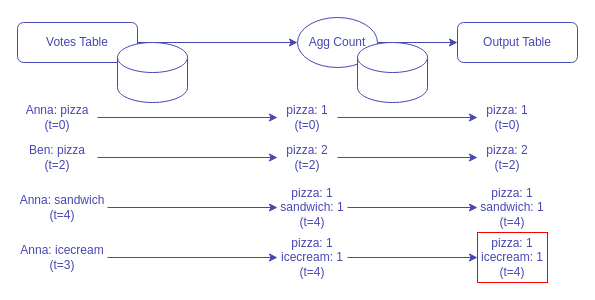
Above: drawio/kafka/kafka-streams-versioned-state-store-7.drawio in windowforsun/blog (draw.io), before the change. Source tidied: cells renumbered, new cells numbered last; positions are measured from the earlier drawing's top-left corner, leaving out a move shared by most shapes. Both pictures are drawn from the tidied source at 100%, with x=0, y=0 at pixel (17, 17).
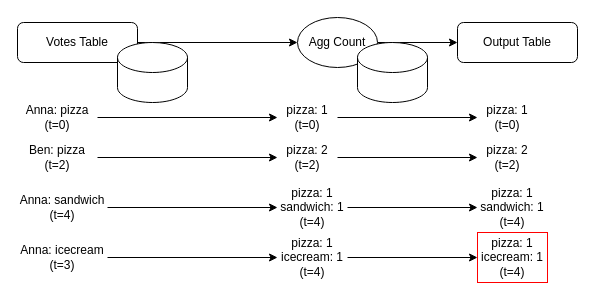
The same diagram, later.

What changed in the source:
```diff
@@
-    <mxCell id="2" style="edgeStyle=orthogonalEdgeStyle;rounded=0;jettySize=auto;html=1;entryX=0;entryY=0.5;entryDx=0;entryDy=0;strokeColor=#4747B3;" parent="1" edge="1" source="3" target="5">
+    <mxCell id="2" style="edgeStyle=orthogonalEdgeStyle;rounded=0;jettySize=auto;html=1;entryX=0;entryY=0.5;entryDx=0;entryDy=0;strokeColor=#000000;fontColor=#000000;" parent="1" edge="1" source="3" target="5">
       <mxGeometry relative="1" as="geometry" />
     </mxCell>
-    <mxCell id="3" value="&lt;div&gt;&lt;font color=&quot;#4747b3&quot;&gt;Votes Table&lt;/font&gt;&lt;/div&gt;" style="rounded=1;whiteSpace=wrap;html=1;strokeColor=#4747B3;fontColor=#006600;" parent="1" vertex="1">
+    <mxCell id="3" value="&lt;div&gt;&lt;font&gt;Votes Table&lt;/font&gt;&lt;/div&gt;" style="rounded=1;whiteSpace=wrap;html=1;strokeColor=#000000;fontColor=#000000;" parent="1" vertex="1">
       <mxGeometry y="5" width="120" height="40" as="geometry" />
     </mxCell>
-    <mxCell id="4" style="edgeStyle=orthogonalEdgeStyle;rounded=0;jettySize=auto;html=1;entryX=0;entryY=0.5;entryDx=0;entryDy=0;strokeColor=#4747B3;" parent="1" edge="1" source="5" target="6">
+    <mxCell id="4" style="edgeStyle=orthogonalEdgeStyle;rounded=0;jettySize=auto;html=1;entryX=0;entryY=0.5;entryDx=0;entryDy=0;strokeColor=#000000;fontColor=#000000;" parent="1" edge="1" source="5" target="6">
       <mxGeometry relative="1" as="geometry" />
     </mxCell>
-    <mxCell id="5" value="&lt;font color=&quot;#4747b3&quot;&gt;Agg Count&lt;/font&gt;" style="ellipse;whiteSpace=wrap;html=1;strokeColor=#4747B3;" parent="1" vertex="1">
+    <mxCell id="5" value="&lt;font&gt;Agg Count&lt;/font&gt;" style="ellipse;whiteSpace=wrap;html=1;strokeColor=#000000;fontColor=#000000;" parent="1" vertex="1">
       <mxGeometry x="280" width="80" height="50" as="geometry" />
     </mxCell>
-    <mxCell id="6" value="&lt;font color=&quot;#4747b3&quot;&gt;Output Table&lt;/font&gt;" style="rounded=1;whiteSpace=wrap;html=1;strokeColor=#4747B3;" parent="1" vertex="1">
+    <mxCell id="6" value="&lt;font&gt;Output Table&lt;/font&gt;" style="rounded=1;whiteSpace=wrap;html=1;strokeColor=#000000;fontColor=#000000;" parent="1" vertex="1">
       <mxGeometry x="440" y="5" width="120" height="40" as="geometry" />
     </mxCell>
-    <mxCell id="7" style="edgeStyle=orthogonalEdgeStyle;rounded=0;jettySize=auto;html=1;entryX=0;entryY=0.5;entryDx=0;entryDy=0;fontColor=#4747B3;strokeColor=#4747B3;" parent="1" edge="1" source="8" target="10">
+    <mxCell id="7" style="edgeStyle=orthogonalEdgeStyle;rounded=0;jettySize=auto;html=1;entryX=0;entryY=0.5;entryDx=0;entryDy=0;fontColor=#4747B3;strokeColor=#000000;" parent="1" edge="1" source="8" target="10">
       <mxGeometry relative="1" as="geometry" />
     </mxCell>
-    <mxCell id="8" value="Anna: pizza&lt;div&gt;(t=0)&lt;/div&gt;" style="text;html=1;align=center;verticalAlign=middle;whiteSpace=wrap;rounded=0;fontColor=#4747B3;" parent="1" vertex="1">
+    <mxCell id="8" value="Anna: pizza&lt;div&gt;(t=0)&lt;/div&gt;" style="text;html=1;align=center;verticalAlign=middle;whiteSpace=wrap;rounded=0;fontColor=#000000;" parent="1" vertex="1">
       <mxGeometry y="85" width="80" height="30" as="geometry" />
     </mxCell>
-    <mxCell id="9" style="edgeStyle=orthogonalEdgeStyle;rounded=0;jettySize=auto;html=1;entryX=0;entryY=0.5;entryDx=0;entryDy=0;strokeColor=#4747B3;" parent="1" edge="1" source="10" target="12">
+    <mxCell id="9" style="edgeStyle=orthogonalEdgeStyle;rounded=0;jettySize=auto;html=1;entryX=0;entryY=0.5;entryDx=0;entryDy=0;strokeColor=#000000;" parent="1" edge="1" source="10" target="12">
       <mxGeometry relative="1" as="geometry" />
     </mxCell>
-    <mxCell id="10" value="pizza: 1&lt;div&gt;(t=0)&lt;/div&gt;" style="text;html=1;align=center;verticalAlign=middle;whiteSpace=wrap;rounded=0;fontColor=#4747B3;" parent="1" vertex="1">
+    <mxCell id="10" value="pizza: 1&lt;div&gt;(t=0)&lt;/div&gt;" style="text;html=1;align=center;verticalAlign=middle;whiteSpace=wrap;rounded=0;fontColor=#000000;" parent="1" vertex="1">
       <mxGeometry x="260" y="85" width="60" height="30" as="geometry" />
     </mxCell>
-    <mxCell id="11" style="shape=cylinder3;whiteSpace=wrap;html=1;boundedLbl=1;backgroundOutline=1;size=15;strokeColor=#4747B3;" parent="1" vertex="1">
+    <mxCell id="11" style="shape=cylinder3;whiteSpace=wrap;html=1;boundedLbl=1;backgroundOutline=1;size=15;strokeColor=#000000;fontColor=#000000;" parent="1" vertex="1">
       <mxGeometry x="100" y="25" width="70" height="60" as="geometry" />
     </mxCell>
-    <mxCell id="12" value="pizza: 1&lt;div&gt;(t=0)&lt;/div&gt;" style="text;html=1;align=center;verticalAlign=middle;whiteSpace=wrap;rounded=0;fontColor=#4747B3;" parent="1" vertex="1">
+    <mxCell id="12" value="pizza: 1&lt;div&gt;(t=0)&lt;/div&gt;" style="text;html=1;align=center;verticalAlign=middle;whiteSpace=wrap;rounded=0;fontColor=#000000;" parent="1" vertex="1">
       <mxGeometry x="460" y="85" width="60" height="30" as="geometry" />
     </mxCell>
-    <mxCell id="13" style="edgeStyle=orthogonalEdgeStyle;rounded=0;jettySize=auto;html=1;entryX=0;entryY=0.5;entryDx=0;entryDy=0;fontColor=#4747B3;strokeColor=#4747B3;" parent="1" edge="1" source="14" target="16">
+    <mxCell id="13" style="edgeStyle=orthogonalEdgeStyle;rounded=0;jettySize=auto;html=1;entryX=0;entryY=0.5;entryDx=0;entryDy=0;fontColor=#4747B3;strokeColor=#000000;" parent="1" edge="1" source="14" target="16">
       <mxGeometry relative="1" as="geometry" />
     </mxCell>
-    <mxCell id="14" value="Ben: pizza&lt;div&gt;(t=2)&lt;/div&gt;" style="text;html=1;align=center;verticalAlign=middle;whiteSpace=wrap;rounded=0;fontColor=#4747B3;" parent="1" vertex="1">
+    <mxCell id="14" value="Ben: pizza&lt;div&gt;(t=2)&lt;/div&gt;" style="text;html=1;align=center;verticalAlign=middle;whiteSpace=wrap;rounded=0;fontColor=#000000;" parent="1" vertex="1">
       <mxGeometry y="125" width="80" height="30" as="geometry" />
     </mxCell>
-    <mxCell id="15" style="edgeStyle=orthogonalEdgeStyle;rounded=0;jettySize=auto;html=1;entryX=0;entryY=0.5;entryDx=0;entryDy=0;strokeColor=#4747B3;" parent="1" edge="1" source="16" target="17">
+    <mxCell id="15" style="edgeStyle=orthogonalEdgeStyle;rounded=0;jettySize=auto;html=1;entryX=0;entryY=0.5;entryDx=0;entryDy=0;strokeColor=#000000;" parent="1" edge="1" source="16" target="17">
       <mxGeometry relative="1" as="geometry" />
     </mxCell>
-    <mxCell id="16" value="pizza: 2&lt;div&gt;(t=2)&lt;/div&gt;" style="text;html=1;align=center;verticalAlign=middle;whiteSpace=wrap;rounded=0;fontColor=#4747B3;" parent="1" vertex="1">
+    <mxCell id="16" value="pizza: 2&lt;div&gt;(t=2)&lt;/div&gt;" style="text;html=1;align=center;verticalAlign=middle;whiteSpace=wrap;rounded=0;fontColor=#000000;" parent="1" vertex="1">
       <mxGeometry x="260" y="125" width="60" height="30" as="geometry" />
     </mxCell>
-    <mxCell id="17" value="pizza: 2&lt;div&gt;(t=2)&lt;/div&gt;" style="text;html=1;align=center;verticalAlign=middle;whiteSpace=wrap;rounded=0;fontColor=#4747B3;" parent="1" vertex="1">
+    <mxCell id="17" value="pizza: 2&lt;div&gt;(t=2)&lt;/div&gt;" style="text;html=1;align=center;verticalAlign=middle;whiteSpace=wrap;rounded=0;fontColor=#000000;" parent="1" vertex="1">
       <mxGeometry x="460" y="125" width="60" height="30" as="geometry" />
     </mxCell>
-    <mxCell id="18" style="edgeStyle=orthogonalEdgeStyle;rounded=0;jettySize=auto;html=1;entryX=0;entryY=0.5;entryDx=0;entryDy=0;fontColor=#4747B3;strokeColor=#4747B3;" parent="1" edge="1" source="19" target="21">
+    <mxCell id="18" style="edgeStyle=orthogonalEdgeStyle;rounded=0;jettySize=auto;html=1;entryX=0;entryY=0.5;entryDx=0;entryDy=0;fontColor=#4747B3;strokeColor=#000000;" parent="1" edge="1" source="19" target="21">
       <mxGeometry relative="1" as="geometry" />
     </mxCell>
-    <mxCell id="19" value="Anna: sandwich&lt;div&gt;(t=4)&lt;/div&gt;" style="text;html=1;align=center;verticalAlign=middle;whiteSpace=wrap;rounded=0;fontColor=#4747B3;" parent="1" vertex="1">
+    <mxCell id="19" value="Anna: sandwich&lt;div&gt;(t=4)&lt;/div&gt;" style="text;html=1;align=center;verticalAlign=middle;whiteSpace=wrap;rounded=0;fontColor=#000000;" parent="1" vertex="1">
       <mxGeometry y="175" width="90" height="30" as="geometry" />
     </mxCell>
-    <mxCell id="20" style="edgeStyle=orthogonalEdgeStyle;rounded=0;jettySize=auto;html=1;entryX=0;entryY=0.5;entryDx=0;entryDy=0;strokeColor=#4747B3;" parent="1" edge="1" source="21" target="22">
+    <mxCell id="20" style="edgeStyle=orthogonalEdgeStyle;rounded=0;jettySize=auto;html=1;entryX=0;entryY=0.5;entryDx=0;entryDy=0;strokeColor=#000000;" parent="1" edge="1" source="21" target="22">
       <mxGeometry relative="1" as="geometry" />
     </mxCell>
-    <mxCell id="21" value="pizza: 1&lt;div&gt;sandwich: 1&lt;br&gt;&lt;div&gt;(t=4)&lt;/div&gt;&lt;/div&gt;" style="text;html=1;align=center;verticalAlign=middle;whiteSpace=wrap;rounded=0;fontColor=#4747B3;" parent="1" vertex="1">
+    <mxCell id="21" value="pizza: 1&lt;div&gt;sandwich: 1&lt;br&gt;&lt;div&gt;(t=4)&lt;/div&gt;&lt;/div&gt;" style="text;html=1;align=center;verticalAlign=middle;whiteSpace=wrap;rounded=0;fontColor=#000000;" parent="1" vertex="1">
       <mxGeometry x="260" y="175" width="70" height="30" as="geometry" />
     </mxCell>
-    <mxCell id="22" value="pizza: 1&lt;div&gt;sandwich: 1&lt;br&gt;&lt;div&gt;(t=4)&lt;/div&gt;&lt;/div&gt;" style="text;html=1;align=center;verticalAlign=middle;whiteSpace=wrap;rounded=0;fontColor=#4747B3;" parent="1" vertex="1">
+    <mxCell id="22" value="pizza: 1&lt;div&gt;sandwich: 1&lt;br&gt;&lt;div&gt;(t=4)&lt;/div&gt;&lt;/div&gt;" style="text;html=1;align=center;verticalAlign=middle;whiteSpace=wrap;rounded=0;fontColor=#000000;" parent="1" vertex="1">
       <mxGeometry x="460" y="175" width="70" height="30" as="geometry" />
     </mxCell>
-    <mxCell id="23" style="shape=cylinder3;whiteSpace=wrap;html=1;boundedLbl=1;backgroundOutline=1;size=15;strokeColor=#4747B3;" parent="1" vertex="1">
+    <mxCell id="23" style="shape=cylinder3;whiteSpace=wrap;html=1;boundedLbl=1;backgroundOutline=1;size=15;strokeColor=#000000;fontColor=#000000;" parent="1" vertex="1">
       <mxGeometry x="340" y="25" width="70" height="60" as="geometry" />
     </mxCell>
-    <mxCell id="24" style="edgeStyle=orthogonalEdgeStyle;rounded=0;jettySize=auto;html=1;entryX=0;entryY=0.5;entryDx=0;entryDy=0;fontColor=#4747B3;strokeColor=#4747B3;" parent="1" edge="1" source="25" target="27">
+    <mxCell id="24" style="edgeStyle=orthogonalEdgeStyle;rounded=0;jettySize=auto;html=1;entryX=0;entryY=0.5;entryDx=0;entryDy=0;fontColor=#4747B3;strokeColor=#000000;" parent="1" edge="1" source="25" target="27">
       <mxGeometry relative="1" as="geometry" />
     </mxCell>
-    <mxCell id="25" value="Anna: icecream&lt;div&gt;(t=3)&lt;/div&gt;" style="text;html=1;align=center;verticalAlign=middle;whiteSpace=wrap;rounded=0;fontColor=#4747B3;" parent="1" vertex="1">
+    <mxCell id="25" value="Anna: icecream&lt;div&gt;(t=3)&lt;/div&gt;" style="text;html=1;align=center;verticalAlign=middle;whiteSpace=wrap;rounded=0;fontColor=#000000;" parent="1" vertex="1">
       <mxGeometry y="225" width="90" height="30" as="geometry" />
     </mxCell>
-    <mxCell id="26" style="edgeStyle=orthogonalEdgeStyle;rounded=0;jettySize=auto;html=1;entryX=0;entryY=0.5;entryDx=0;entryDy=0;strokeColor=#4747B3;" parent="1" edge="1" source="27" target="28">
+    <mxCell id="26" style="edgeStyle=orthogonalEdgeStyle;rounded=0;jettySize=auto;html=1;entryX=0;entryY=0.5;entryDx=0;entryDy=0;strokeColor=#000000;" parent="1" edge="1" source="27" target="28">
       <mxGeometry relative="1" as="geometry" />
     </mxCell>
-    <mxCell id="27" value="pizza: 1&lt;div&gt;icecream: 1&lt;br&gt;&lt;div&gt;(t=4)&lt;/div&gt;&lt;/div&gt;" style="text;html=1;align=center;verticalAlign=middle;whiteSpace=wrap;rounded=0;fontColor=#4747B3;" parent="1" vertex="1">
+    <mxCell id="27" value="pizza: 1&lt;div&gt;icecream: 1&lt;br&gt;&lt;div&gt;(t=4)&lt;/div&gt;&lt;/div&gt;" style="text;html=1;align=center;verticalAlign=middle;whiteSpace=wrap;rounded=0;fontColor=#000000;" parent="1" vertex="1">
       <mxGeometry x="260" y="225" width="70" height="30" as="geometry" />
     </mxCell>
-    <mxCell id="28" value="pizza: 1&lt;div&gt;icecream: 1&lt;br&gt;&lt;div&gt;(t=4)&lt;/div&gt;&lt;/div&gt;" style="text;html=1;align=center;verticalAlign=middle;whiteSpace=wrap;rounded=0;fontColor=#4747B3;strokeColor=#FF0000;" parent="1" vertex="1">
+    <mxCell id="28" value="pizza: 1&lt;div&gt;icecream: 1&lt;br&gt;&lt;div&gt;(t=4)&lt;/div&gt;&lt;/div&gt;" style="text;html=1;align=center;verticalAlign=middle;whiteSpace=wrap;rounded=0;fontColor=#000000;strokeColor=#FF0000;" parent="1" vertex="1">
       <mxGeometry x="460" y="215" width="70" height="50" as="geometry" />
     </mxCell>
```
